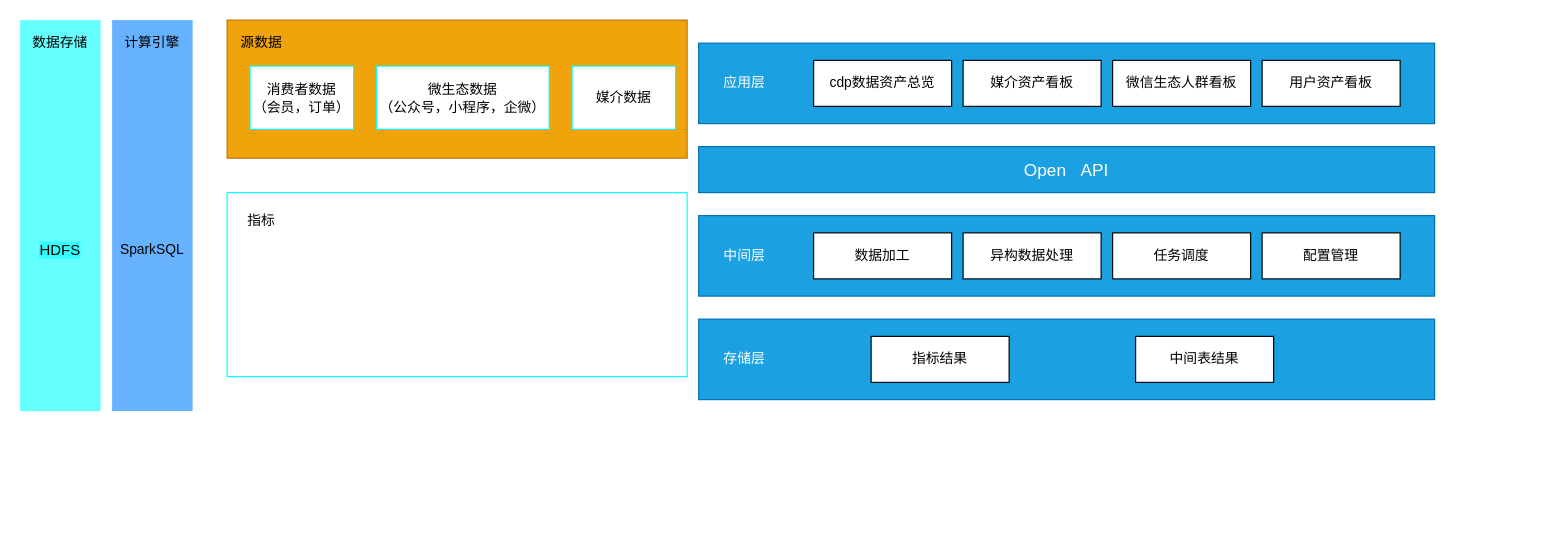
Earlier version of the draw.io diagram 数据流图.drawio (DThadch/draw). Source tidied: cells renumbered, new cells numbered last; positions are measured from the earlier drawing's top-left corner, leaving out a move shared by most shapes. Both pictures are drawn from the tidied source at 115%, with x=0, y=0 at pixel (20, 20).
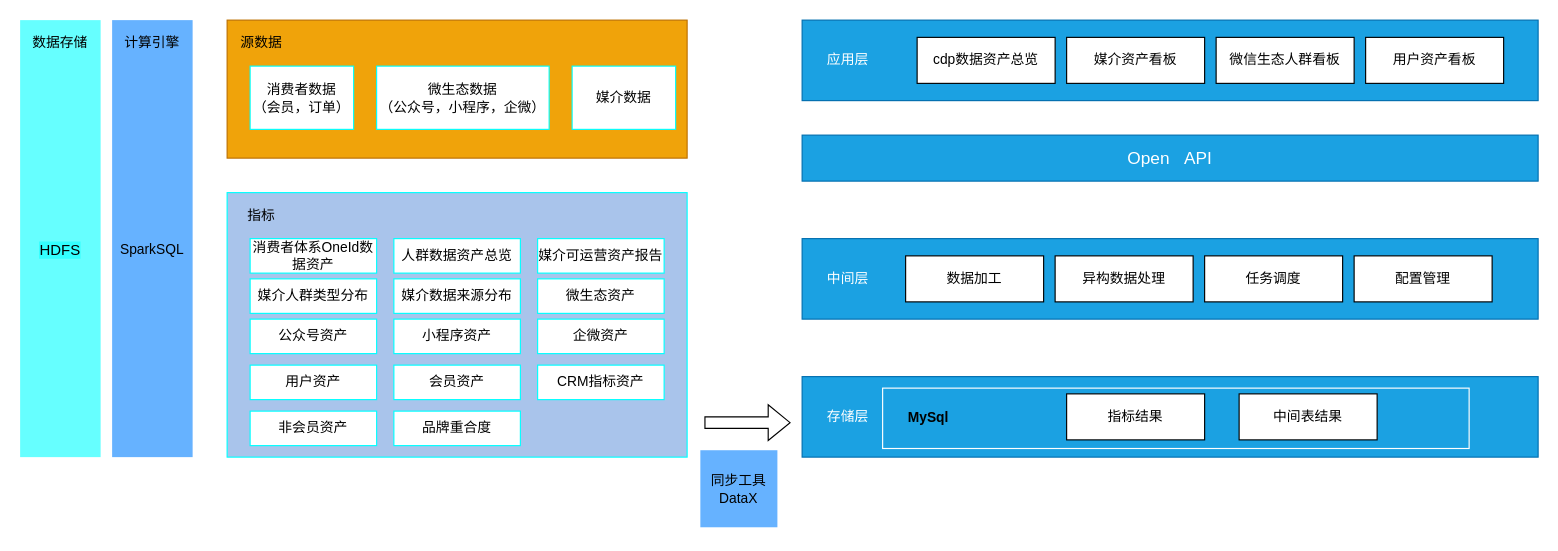
The same diagram, later.

Commit message (it also covers changes not shown here):
更新数据流图.drawio

Change to the diagram source:
```diff
@@
     <mxCell id="2" style="rounded=0;whiteSpace=wrap;html=1;fillColor=#1ba1e2;fontColor=#ffffff;strokeColor=#006EAF;" parent="1" vertex="1">
-      <mxGeometry x="590" y="20" width="640" height="70" as="geometry" />
+      <mxGeometry x="680" width="640" height="70" as="geometry" />
     </mxCell>
     <mxCell id="3" value="cdp数据资产总览" style="rounded=0;whiteSpace=wrap;html=1;" parent="1" vertex="1">
-      <mxGeometry x="690" y="35" width="120" height="40" as="geometry" />
+      <mxGeometry x="780" y="15" width="120" height="40" as="geometry" />
     </mxCell>
     <mxCell id="4" value="媒介资产看板" style="rounded=0;whiteSpace=wrap;html=1;" parent="1" vertex="1">
-      <mxGeometry x="820" y="35" width="120" height="40" as="geometry" />
+      <mxGeometry x="910" y="15" width="120" height="40" as="geometry" />
     </mxCell>
     <mxCell id="5" value="微信生态人群看板" style="rounded=0;whiteSpace=wrap;html=1;" parent="1" vertex="1">
-      <mxGeometry x="950" y="35" width="120" height="40" as="geometry" />
+      <mxGeometry x="1040" y="15" width="120" height="40" as="geometry" />
     </mxCell>
     <mxCell id="6" value="用户资产看板" style="rounded=0;whiteSpace=wrap;html=1;" parent="1" vertex="1">
-      <mxGeometry x="1080" y="35" width="120" height="40" as="geometry" />
+      <mxGeometry x="1170" y="15" width="120" height="40" as="geometry" />
     </mxCell>
     <mxCell id="7" value="应用层" style="text;html=1;strokeColor=none;fillColor=none;align=center;verticalAlign=middle;whiteSpace=wrap;rounded=0;fontColor=#FFFFFF;" parent="1" vertex="1">
-      <mxGeometry x="600" y="40" width="60" height="30" as="geometry" />
+      <mxGeometry x="690" y="20" width="60" height="30" as="geometry" />
     </mxCell>
     <mxCell id="8" value="&lt;font style=&quot;font-size: 15px;&quot;&gt;Open&amp;nbsp; &amp;nbsp;API&lt;/font&gt;" style="rounded=0;whiteSpace=wrap;html=1;fillColor=#1ba1e2;fontColor=#ffffff;strokeColor=#006EAF;" parent="1" vertex="1">
-      <mxGeometry x="590" y="110" width="640" height="40" as="geometry" />
+      <mxGeometry x="680" y="100" width="640" height="40" as="geometry" />
     </mxCell>
     <mxCell id="9" style="rounded=0;whiteSpace=wrap;html=1;fillColor=#1ba1e2;fontColor=#ffffff;strokeColor=#006EAF;" parent="1" vertex="1">
-      <mxGeometry x="590" y="170" width="640" height="70" as="geometry" />
+      <mxGeometry x="680" y="190" width="640" height="70" as="geometry" />
     </mxCell>
     <mxCell id="10" value="中间层" style="text;html=1;strokeColor=none;fillColor=none;align=center;verticalAlign=middle;whiteSpace=wrap;rounded=0;fontColor=#FFFFFF;" parent="1" vertex="1">
-      <mxGeometry x="600" y="190" width="60" height="30" as="geometry" />
+      <mxGeometry x="690" y="210" width="60" height="30" as="geometry" />
     </mxCell>
     <mxCell id="11" value="数据加工" style="rounded=0;whiteSpace=wrap;html=1;" parent="1" vertex="1">
-      <mxGeometry x="690" y="185" width="120" height="40" as="geometry" />
+      <mxGeometry x="770" y="205" width="120" height="40" as="geometry" />
     </mxCell>
     <mxCell id="12" value="异构数据处理" style="rounded=0;whiteSpace=wrap;html=1;" parent="1" vertex="1">
-      <mxGeometry x="820" y="185" width="120" height="40" as="geometry" />
+      <mxGeometry x="900" y="205" width="120" height="40" as="geometry" />
     </mxCell>
     <mxCell id="13" value="任务调度" style="rounded=0;whiteSpace=wrap;html=1;" parent="1" vertex="1">
-      <mxGeometry x="950" y="185" width="120" height="40" as="geometry" />
+      <mxGeometry x="1030" y="205" width="120" height="40" as="geometry" />
     </mxCell>
     <mxCell id="14" value="配置管理" style="rounded=0;whiteSpace=wrap;html=1;" parent="1" vertex="1">
-      <mxGeometry x="1080" y="185" width="120" height="40" as="geometry" />
+      <mxGeometry x="1160" y="205" width="120" height="40" as="geometry" />
     </mxCell>
     <mxCell id="15" style="rounded=0;whiteSpace=wrap;html=1;fillColor=#1ba1e2;fontColor=#ffffff;strokeColor=#006EAF;" parent="1" vertex="1">
-      <mxGeometry x="590" y="260" width="640" height="70" as="geometry" />
+      <mxGeometry x="680" y="310" width="640" height="70" as="geometry" />
     </mxCell>
     <mxCell id="16" value="存储层" style="text;html=1;strokeColor=none;fillColor=none;align=center;verticalAlign=middle;whiteSpace=wrap;rounded=0;fontColor=#FFFFFF;" parent="1" vertex="1">
-      <mxGeometry x="600" y="280" width="60" height="30" as="geometry" />
+      <mxGeometry x="690" y="330" width="60" height="30" as="geometry" />
     </mxCell>
     <mxCell id="17" value="指标结果" style="rounded=0;whiteSpace=wrap;html=1;" parent="1" vertex="1">
-      <mxGeometry x="740" y="275" width="120" height="40" as="geometry" />
+      <mxGeometry x="910" y="325" width="120" height="40" as="geometry" />
     </mxCell>
     <mxCell id="18" value="中间表结果" style="rounded=0;whiteSpace=wrap;html=1;" parent="1" vertex="1">
-      <mxGeometry x="970" y="275" width="120" height="40" as="geometry" />
+      <mxGeometry x="1060" y="325" width="120" height="40" as="geometry" />
     </mxCell>
     <mxCell id="19" style="rounded=0;whiteSpace=wrap;html=1;fontSize=15;fontColor=#FFFFFF;fillColor=#66FFFF;labelBackgroundColor=#33FFFF;strokeColor=none;" parent="1" vertex="1">
-      <mxGeometry width="70" height="340" as="geometry" />
+      <mxGeometry width="70" height="380" as="geometry" />
     </mxCell>
@@
     <mxCell id="22" style="rounded=0;whiteSpace=wrap;html=1;fontSize=15;fontColor=#FFFFFF;fillColor=#66B2FF;labelBackgroundColor=#33FFFF;strokeColor=none;" parent="1" vertex="1">
-      <mxGeometry x="80" width="70" height="340" as="geometry" />
+      <mxGeometry x="80" width="70" height="380" as="geometry" />
     </mxCell>
@@
-    <mxCell id="30" style="rounded=0;whiteSpace=wrap;html=1;labelBackgroundColor=none;strokeColor=#00FFFF;fontSize=12;fontColor=#000000;fillColor=#FFFFFF;" parent="1" vertex="1">
-      <mxGeometry x="180" y="150" width="400" height="160" as="geometry" />
+    <mxCell id="30" style="rounded=0;whiteSpace=wrap;html=1;labelBackgroundColor=none;strokeColor=#00FFFF;fontSize=12;fontColor=#000000;fillColor=#A9C4EB;" parent="1" vertex="1">
+      <mxGeometry x="180" y="150" width="400" height="230" as="geometry" />
     </mxCell>
     <mxCell id="31" value="指标" style="text;html=1;strokeColor=none;fillColor=none;align=center;verticalAlign=middle;whiteSpace=wrap;rounded=0;labelBackgroundColor=none;fontSize=12;fontColor=#000000;" parent="1" vertex="1">
-      <mxGeometry x="180" y="160" width="60" height="30" as="geometry" />
+      <mxGeometry x="180" y="155" width="60" height="30" as="geometry" />
     </mxCell>
+    <mxCell id="32" value="消费者体系OneId数据资产" style="rounded=0;whiteSpace=wrap;html=1;labelBackgroundColor=none;strokeColor=#00FFFF;fontSize=12;fontColor=#000000;fillColor=#FFFFFF;" parent="1" vertex="1">
+      <mxGeometry x="200" y="190" width="110" height="30" as="geometry" />
+    </mxCell>
+    <mxCell id="33" value="人群数据资产总览" style="rounded=0;whiteSpace=wrap;html=1;labelBackgroundColor=none;strokeColor=#00FFFF;fontSize=12;fontColor=#000000;fillColor=#FFFFFF;" parent="1" vertex="1">
+      <mxGeometry x="325" y="190" width="110" height="30" as="geometry" />
+    </mxCell>
+    <mxCell id="34" value="媒介可运营资产报告" style="rounded=0;whiteSpace=wrap;html=1;labelBackgroundColor=none;strokeColor=#00FFFF;fontSize=12;fontColor=#000000;fillColor=#FFFFFF;" parent="1" vertex="1">
+      <mxGeometry x="450" y="190" width="110" height="30" as="geometry" />
+    </mxCell>
+    <mxCell id="35" value="媒介人群类型分布" style="rounded=0;whiteSpace=wrap;html=1;labelBackgroundColor=none;strokeColor=#00FFFF;fontSize=12;fontColor=#000000;fillColor=#FFFFFF;" parent="1" vertex="1">
+      <mxGeometry x="200" y="225" width="110" height="30" as="geometry" />
+    </mxCell>
+    <mxCell id="36" value="媒介数据来源分布" style="rounded=0;whiteSpace=wrap;html=1;labelBackgroundColor=none;strokeColor=#00FFFF;fontSize=12;fontColor=#000000;fillColor=#FFFFFF;" parent="1" vertex="1">
+      <mxGeometry x="325" y="225" width="110" height="30" as="geometry" />
+    </mxCell>
+    <mxCell id="37" value="微生态资产" style="rounded=0;whiteSpace=wrap;html=1;labelBackgroundColor=none;strokeColor=#00FFFF;fontSize=12;fontColor=#000000;fillColor=#FFFFFF;" parent="1" vertex="1">
+      <mxGeometry x="450" y="225" width="110" height="30" as="geometry" />
+    </mxCell>
+    <mxCell id="38" value="公众号资产" style="rounded=0;whiteSpace=wrap;html=1;labelBackgroundColor=none;strokeColor=#00FFFF;fontSize=12;fontColor=#000000;fillColor=#FFFFFF;" parent="1" vertex="1">
+      <mxGeometry x="200" y="260" width="110" height="30" as="geometry" />
+    </mxCell>
+    <mxCell id="39" value="小程序资产" style="rounded=0;whiteSpace=wrap;html=1;labelBackgroundColor=none;strokeColor=#00FFFF;fontSize=12;fontColor=#000000;fillColor=#FFFFFF;" parent="1" vertex="1">
+      <mxGeometry x="325" y="260" width="110" height="30" as="geometry" />
+    </mxCell>
+    <mxCell id="40" value="企微资产" style="rounded=0;whiteSpace=wrap;html=1;labelBackgroundColor=none;strokeColor=#00FFFF;fontSize=12;fontColor=#000000;fillColor=#FFFFFF;" parent="1" vertex="1">
+      <mxGeometry x="450" y="260" width="110" height="30" as="geometry" />
+    </mxCell>
+    <mxCell id="41" value="用户资产" style="rounded=0;whiteSpace=wrap;html=1;labelBackgroundColor=none;strokeColor=#00FFFF;fontSize=12;fontColor=#000000;fillColor=#FFFFFF;" parent="1" vertex="1">
+      <mxGeometry x="200" y="300" width="110" height="30" as="geometry" />
+    </mxCell>
+    <mxCell id="42" value="会员资产" style="rounded=0;whiteSpace=wrap;html=1;labelBackgroundColor=none;strokeColor=#00FFFF;fontSize=12;fontColor=#000000;fillColor=#FFFFFF;" parent="1" vertex="1">
+      <mxGeometry x="325" y="300" width="110" height="30" as="geometry" />
+    </mxCell>
+    <mxCell id="43" value="CRM指标资产" style="rounded=0;whiteSpace=wrap;html=1;labelBackgroundColor=none;strokeColor=#00FFFF;fontSize=12;fontColor=#000000;fillColor=#FFFFFF;" parent="1" vertex="1">
+      <mxGeometry x="450" y="300" width="110" height="30" as="geometry" />
+    </mxCell>
+    <mxCell id="44" value="非会员资产" style="rounded=0;whiteSpace=wrap;html=1;labelBackgroundColor=none;strokeColor=#00FFFF;fontSize=12;fontColor=#000000;fillColor=#FFFFFF;" parent="1" vertex="1">
+      <mxGeometry x="200" y="340" width="110" height="30" as="geometry" />
+    </mxCell>
+    <mxCell id="45" value="品牌重合度" style="rounded=0;whiteSpace=wrap;html=1;labelBackgroundColor=none;strokeColor=#00FFFF;fontSize=12;fontColor=#000000;fillColor=#FFFFFF;" parent="1" vertex="1">
+      <mxGeometry x="325" y="340" width="110" height="30" as="geometry" />
+    </mxCell>
+    <mxCell id="46" style="shape=flexArrow;endArrow=classic;html=1;rounded=0;fontSize=12;fontColor=#000000;" parent="1" edge="1">
+      <mxGeometry relative="1" as="geometry">
+        <mxPoint x="595" y="350" as="sourcePoint" />
+        <mxPoint x="670" y="350" as="targetPoint" />
+      </mxGeometry>
+    </mxCell>
+    <mxCell id="47" style="rounded=0;whiteSpace=wrap;html=1;labelBackgroundColor=none;strokeColor=#FFFFFF;fontSize=12;fontColor=#000000;fillColor=none;gradientColor=none;" parent="1" vertex="1">
+      <mxGeometry x="750" y="320" width="510" height="52.5" as="geometry" />
+    </mxCell>
+    <mxCell id="48" value="&lt;b&gt;MySql&lt;/b&gt;" style="text;html=1;strokeColor=none;fillColor=none;align=center;verticalAlign=middle;whiteSpace=wrap;rounded=0;labelBackgroundColor=none;fontSize=12;fontColor=#000000;strokeWidth=3;" parent="1" vertex="1">
+      <mxGeometry x="760" y="331.2" width="60" height="30" as="geometry" />
+    </mxCell>
+    <mxCell id="49" value="同步工具&lt;br&gt;DataX" style="rounded=0;whiteSpace=wrap;html=1;labelBackgroundColor=none;strokeColor=#FFFFFF;strokeWidth=3;fontSize=12;fontColor=#000000;fillColor=#66B2FF;gradientColor=none;" parent="1" vertex="1">
+      <mxGeometry x="590" y="372.5" width="70" height="70" as="geometry" />
+    </mxCell>
```
